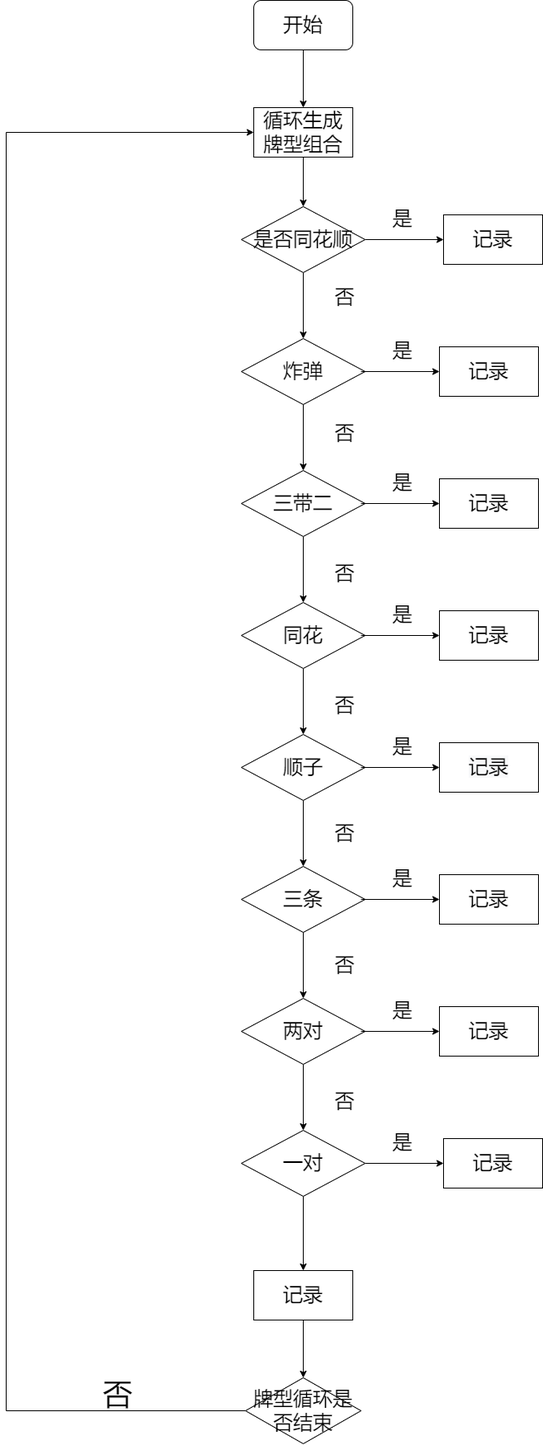
This is Untitled Diagram.drawio.png from whitesweater/first_, a draw.io export, as it was before one commit. Source tidied: cells renumbered, new cells last; positions are measured from the earlier drawing's top-left corner, leaving out a move shared by most shapes.
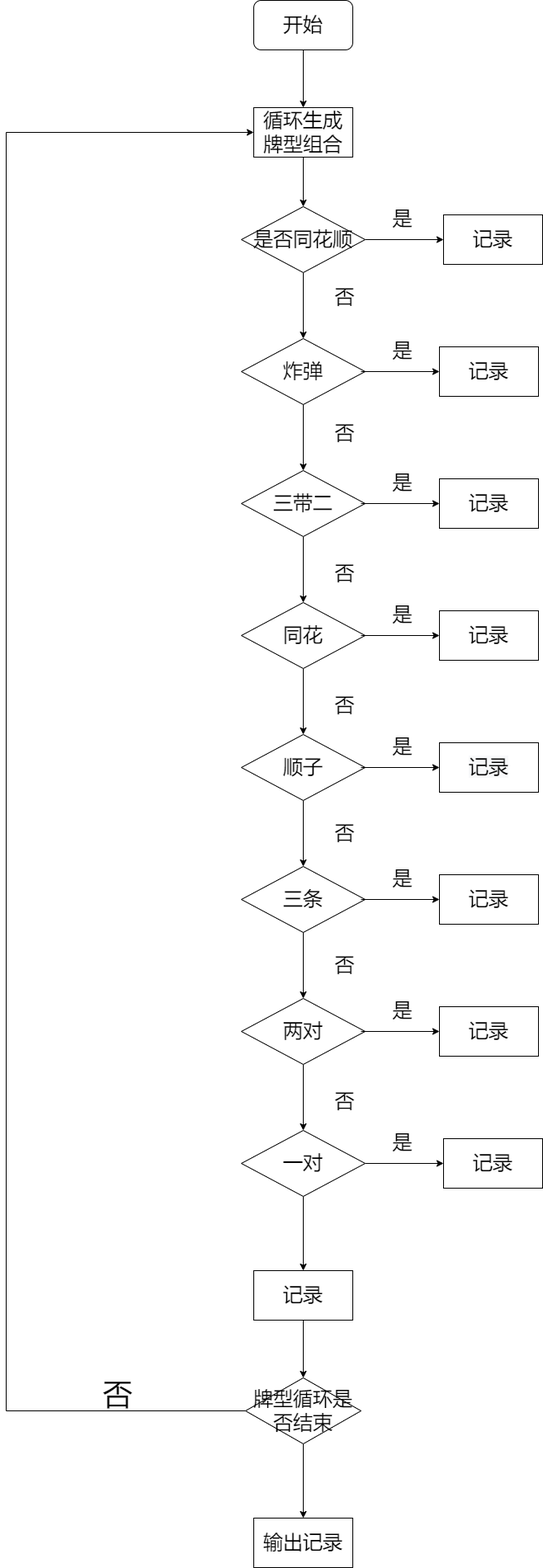
Above is the later version.

Diff of the diagram source:
```diff
@@ -185,11 +185,17 @@
         </Array>
       </mxGeometry>
     </mxCell>
+    <mxCell id="58" style="edgeStyle=orthogonalEdgeStyle;rounded=0;jettySize=auto;html=1;fontSize=36;" parent="1" edge="1" source="56" target="59">
+      <mxGeometry relative="1" as="geometry" />
+    </mxCell>
     <mxCell id="56" value="牌型循环是否结束" style="rhombus;whiteSpace=wrap;html=1;fontSize=24;" parent="1" vertex="1">
       <mxGeometry x="290" y="1670" width="140" height="80" as="geometry" />
     </mxCell>
     <mxCell id="57" value="&lt;font style=&quot;font-size: 36px&quot;&gt;否&lt;/font&gt;" style="text;html=1;align=center;verticalAlign=middle;strokeColor=none;fillColor=none;fontSize=24;" parent="1" vertex="1">
       <mxGeometry x="110" y="1670" width="50" height="40" as="geometry" />
     </mxCell>
+    <mxCell id="59" value="输出记录" style="whiteSpace=wrap;html=1;fontSize=24;" parent="1" vertex="1">
+      <mxGeometry x="300" y="1840" width="120" height="60" as="geometry" />
+    </mxCell>
   </root>
 </mxGraphModel>
```
